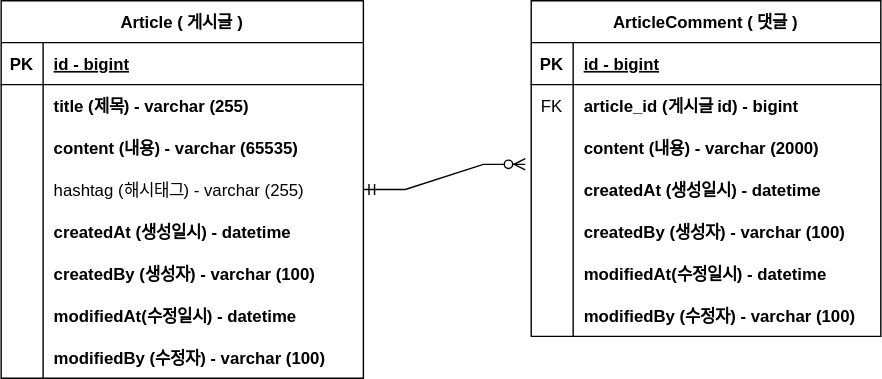
The draw.io diagram document/project-board-erd.svg in mil2ne/board-proj-fc, before a commit. Source tidied: cells renumbered, new cells last; positions are measured from the earlier drawing's top-left corner, leaving out a move shared by most shapes.
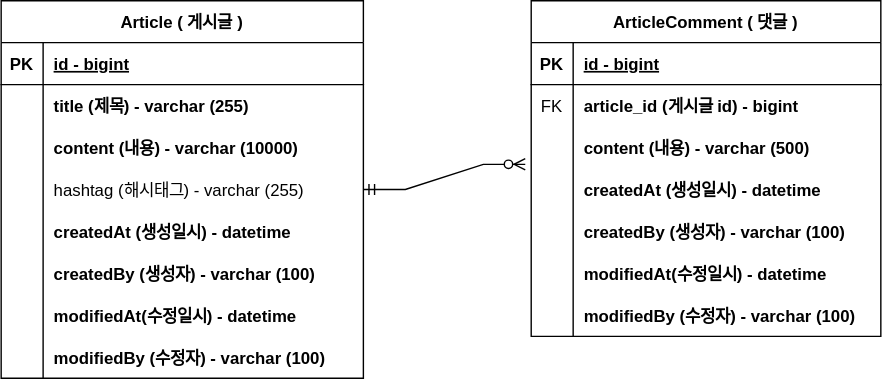
Above is the later version.

Commit message:
#10- erd 업데이트 : content 사이즈 변경

What changed in the source:
```diff
@@ -29,7 +29,7 @@
     <mxCell id="10" style="shape=partialRectangle;overflow=hidden;fillColor=none;top=0;left=0;bottom=0;right=0;" parent="9" vertex="1">
       <mxGeometry width="30" height="30" as="geometry" />
     </mxCell>
-    <mxCell id="11" value="content (내용) - varchar (65535)" style="shape=partialRectangle;overflow=hidden;fillColor=none;top=0;left=0;bottom=0;right=0;align=left;spacingLeft=6;fontStyle=1;" parent="9" vertex="1">
+    <mxCell id="11" value="content (내용) - varchar (10000)" style="shape=partialRectangle;overflow=hidden;fillColor=none;top=0;left=0;bottom=0;right=0;align=left;spacingLeft=6;fontStyle=1;" parent="9" vertex="1">
       <mxGeometry x="30" width="229" height="30" as="geometry" />
     </mxCell>
     <mxCell id="12" style="shape=partialRectangle;fillColor=none;points=[[0,0.5],[1,0.5]];portConstraint=eastwest;top=0;left=0;right=0;bottom=0;" parent="2" vertex="1">
@@ -104,7 +104,7 @@
     <mxCell id="35" style="shape=partialRectangle;overflow=hidden;fillColor=none;top=0;left=0;bottom=0;right=0;" parent="34" vertex="1">
       <mxGeometry width="30" height="30" as="geometry" />
     </mxCell>
-    <mxCell id="36" value="content (내용) - varchar (2000)" style="shape=partialRectangle;overflow=hidden;fillColor=none;top=0;left=0;bottom=0;right=0;align=left;spacingLeft=6;fontStyle=1;" parent="34" vertex="1">
+    <mxCell id="36" value="content (내용) - varchar (500)" style="shape=partialRectangle;overflow=hidden;fillColor=none;top=0;left=0;bottom=0;right=0;align=left;spacingLeft=6;fontStyle=1;" parent="34" vertex="1">
       <mxGeometry x="30" width="220" height="30" as="geometry" />
     </mxCell>
     <mxCell id="37" style="shape=partialRectangle;fillColor=none;top=0;left=0;right=0;bottom=0;" parent="27" vertex="1">
```
